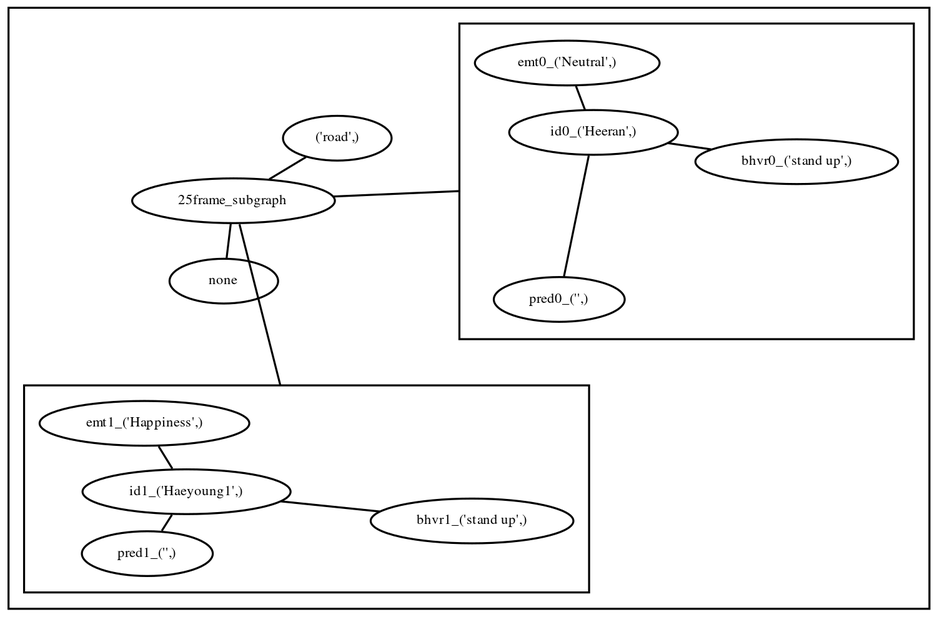
This is jupyter/fdpclust.gv.png from ihaeyong/drama-graph, a Graphviz export, as it was before one commit. Its source is kept beside it as jupyter/fdpclust.gv. Its diagram source:
```dot
graph G {
	graph [dpi=300 rankdir=TB rotate=0 size="5,5"]
	node [fontsize=7 height=0.1]
	edge [fontsize=7]
	"25frame_subgraph"
	subgraph clusterZ {
		"('road',)"
		none
		"25frame_subgraph" -- "('road',)"
		"25frame_subgraph" -- none
		subgraph clusterA {
			graph [dpi=600 rankdir=TB rotate=0 size=1]
			node [fontsize=7 height=0.05]
			edge [fontsize=7]
			"id0_('Heeran',)"
			"bhvr0_('stand up',)"
			"pred0_('',)"
			"emt0_('Neutral',)"
			"id0_('Heeran',)" -- "bhvr0_('stand up',)"
			"id0_('Heeran',)" -- "pred0_('',)"
			"id0_('Heeran',)" -- "emt0_('Neutral',)"
		}
		"25frame_subgraph" -- clusterA
		subgraph clusterB {
			graph [dpi=600 rankdir=TB rotate=0 size=1]
			node [fontsize=7 height=0.05]
			edge [fontsize=7]
			"id1_('Haeyoung1',)"
			"bhvr1_('stand up',)"
			"pred1_('',)"
			"emt1_('Happiness',)"
			"id1_('Haeyoung1',)" -- "bhvr1_('stand up',)"
			"id1_('Haeyoung1',)" -- "pred1_('',)"
			"id1_('Haeyoung1',)" -- "emt1_('Happiness',)"
		}
		"25frame_subgraph" -- clusterB
	}
}
```
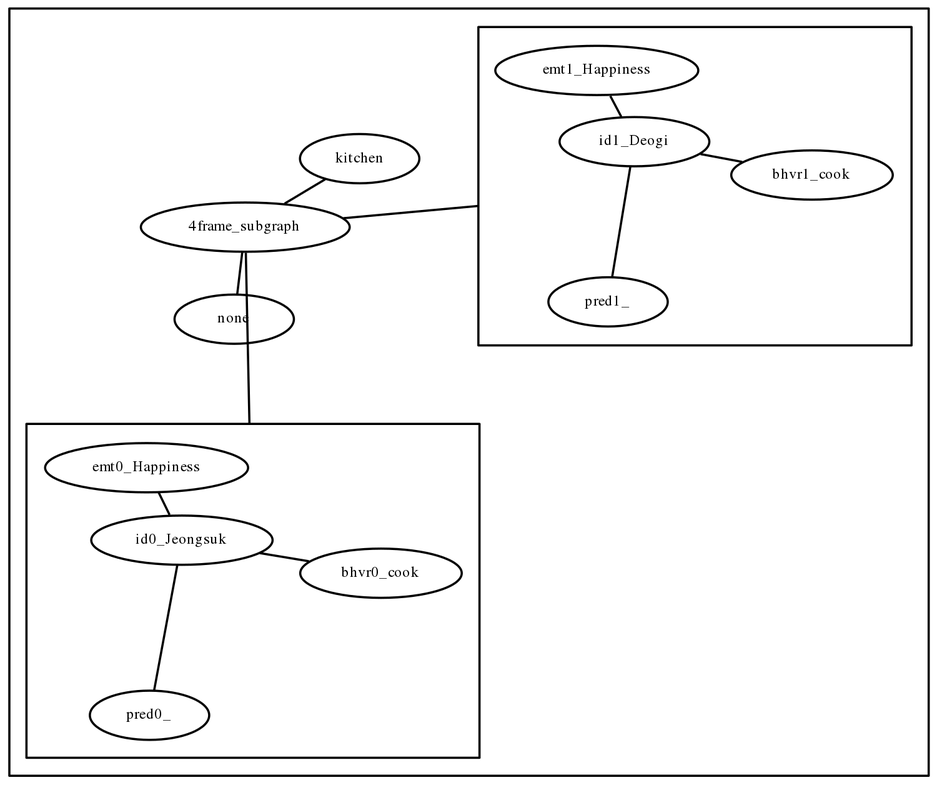
Above is the later version.

The edit, as a diff of the source:
```diff
@@ -2,37 +2,37 @@
 	graph [dpi=300 rankdir=TB rotate=0 size="5,5"]
 	node [fontsize=7 height=0.1]
 	edge [fontsize=7]
-	"25frame_subgraph"
-	subgraph clusterZ {
-		"('road',)"
+	"4frame_subgraph"
+	subgraph clusterE {
+		kitchen
 		none
-		"25frame_subgraph" -- "('road',)"
-		"25frame_subgraph" -- none
+		"4frame_subgraph" -- kitchen
+		"4frame_subgraph" -- none
 		subgraph clusterA {
 			graph [dpi=600 rankdir=TB rotate=0 size=1]
 			node [fontsize=7 height=0.05]
 			edge [fontsize=7]
-			"id0_('Heeran',)"
-			"bhvr0_('stand up',)"
-			"pred0_('',)"
-			"emt0_('Neutral',)"
-			"id0_('Heeran',)" -- "bhvr0_('stand up',)"
-			"id0_('Heeran',)" -- "pred0_('',)"
-			"id0_('Heeran',)" -- "emt0_('Neutral',)"
+			id0_Jeongsuk
+			bhvr0_cook
+			pred0_
+			emt0_Happiness
+			id0_Jeongsuk -- bhvr0_cook
+			id0_Jeongsuk -- pred0_
+			id0_Jeongsuk -- emt0_Happiness
 		}
-		"25frame_subgraph" -- clusterA
+		"4frame_subgraph" -- clusterA
 		subgraph clusterB {
 			graph [dpi=600 rankdir=TB rotate=0 size=1]
 			node [fontsize=7 height=0.05]
 			edge [fontsize=7]
-			"id1_('Haeyoung1',)"
-			"bhvr1_('stand up',)"
-			"pred1_('',)"
-			"emt1_('Happiness',)"
-			"id1_('Haeyoung1',)" -- "bhvr1_('stand up',)"
-			"id1_('Haeyoung1',)" -- "pred1_('',)"
-			"id1_('Haeyoung1',)" -- "emt1_('Happiness',)"
+			id1_Deogi
+			bhvr1_cook
+			pred1_
+			emt1_Happiness
+			id1_Deogi -- bhvr1_cook
+			id1_Deogi -- pred1_
+			id1_Deogi -- emt1_Happiness
 		}
-		"25frame_subgraph" -- clusterB
+		"4frame_subgraph" -- clusterB
 	}
 }
```
